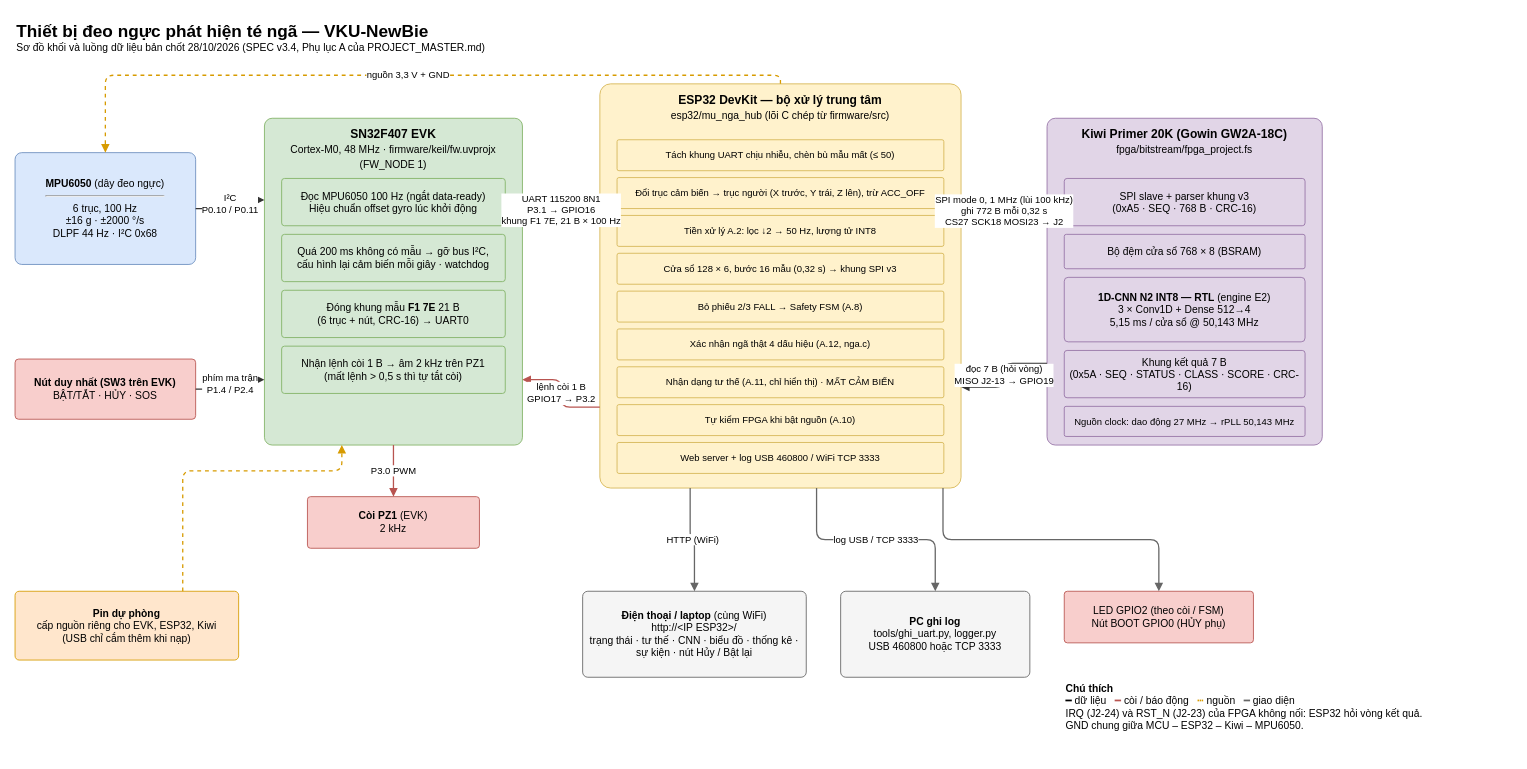
Earlier version of the draw.io diagram page "1. Tổng quan hệ thống" (1 of 8) of docs/so_do_he_thong.drawio (danhle396/fpga2026gowin). Source tidied: cells renumbered, new cells numbered last; positions are measured from the earlier drawing's top-left corner, leaving out a move shared by most shapes. Both pictures are drawn from the tidied source at 86%, with x=0, y=0 at pixel (15, 15).
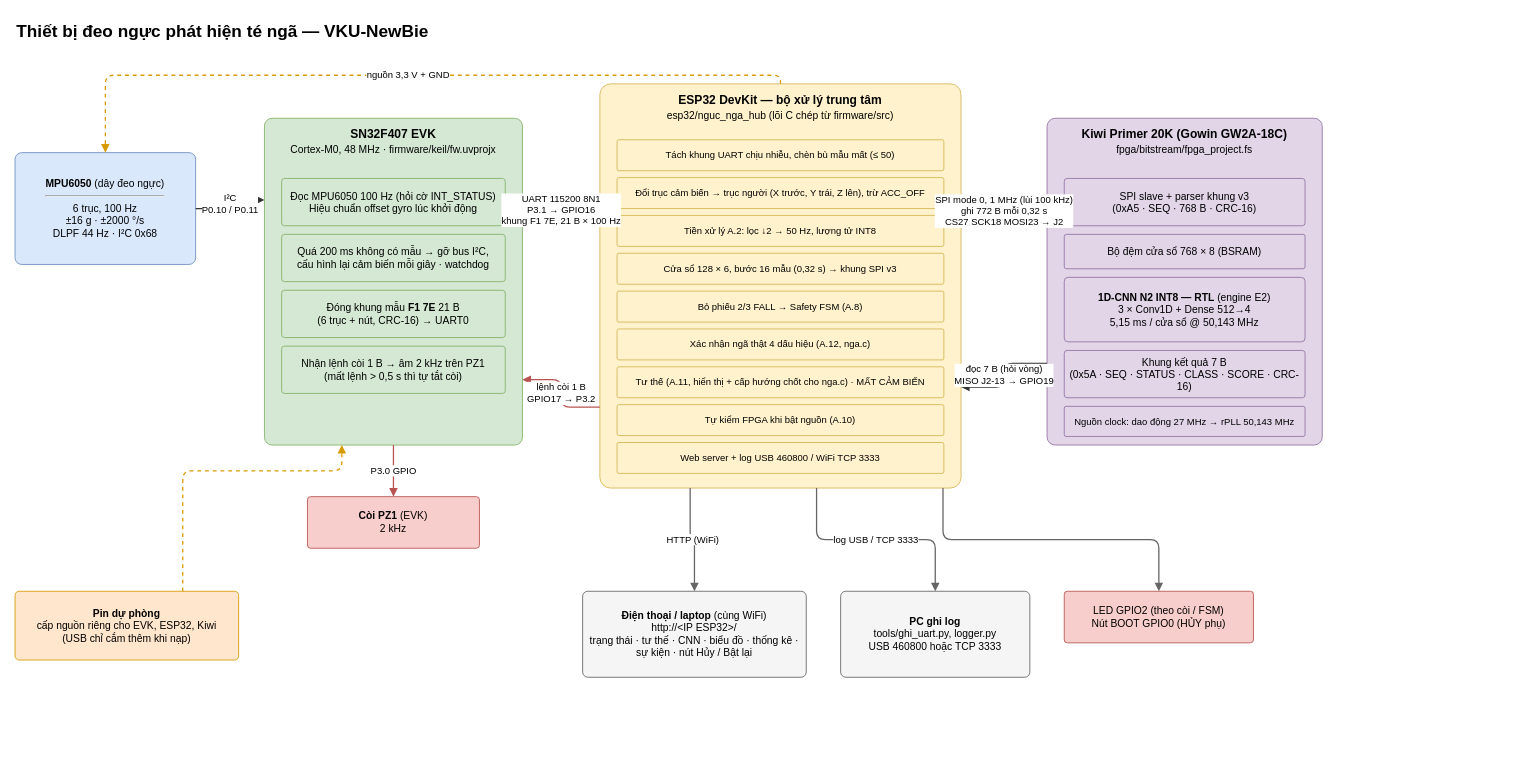
The same diagram, later.

The change refers to these unchanged cells:
```xml
<mxCell id="10" value="&lt;b&gt;Còi PZ1&lt;/b&gt; (EVK)&lt;br&gt;2 kHz" style="rounded=1;whiteSpace=wrap;html=1;arcSize=6;fillColor=#f8cecc;strokeColor=#b85450;verticalAlign=middle;align=center;spacing=6;fontSize=12;" parent="1" vertex="1">
  <mxGeometry x="340" y="560" width="200" height="60" as="geometry" />
</mxCell>
```

Diff of the diagram source:
```diff
@@
-    <mxCell id="2" value="&lt;b style='font-size:20px'&gt;Thiết bị đeo ngực phát hiện té ngã — VKU-NewBie&lt;/b&gt;&lt;br&gt;Sơ đồ khối và luồng dữ liệu bản chốt 28/10/2026 (SPEC v3.4, Phụ lục A của PROJECT_MASTER.md)" style="text;html=1;whiteSpace=wrap;align=left;verticalAlign=top;fontSize=12;" parent="1" vertex="1">
+    <mxCell id="2" value="&lt;b style=&quot;font-size:20px&quot;&gt;Thiết bị đeo ngực phát hiện té ngã — VKU-NewBie&lt;/b&gt;&lt;div&gt;&lt;br/&gt;&lt;/div&gt;" style="text;html=1;whiteSpace=wrap;align=left;verticalAlign=top;fontSize=12;" parent="1" vertex="1">
       <mxGeometry width="1200" height="60" as="geometry" />
     </mxCell>
@@
-    <mxCell id="4" value="&lt;b&gt;Nút duy nhất (SW3 trên EVK)&lt;/b&gt;&lt;br&gt;BẬT/TẮT · HỦY · SOS" style="rounded=1;whiteSpace=wrap;html=1;arcSize=6;fillColor=#f8cecc;strokeColor=#b85450;verticalAlign=middle;align=center;spacing=6;fontSize=12;" parent="1" vertex="1">
-      <mxGeometry y="400" width="210" height="70" as="geometry" />
-    </mxCell>
-    <mxCell id="5" value="SN32F407 EVK&lt;br&gt;&lt;span style='font-weight:normal;font-size:12px'&gt;Cortex-M0, 48 MHz · firmware/keil/fw.uvprojx (FW_NODE 1)&lt;/span&gt;" style="rounded=1;whiteSpace=wrap;html=1;arcSize=6;fillColor=#d5e8d4;strokeColor=#82b366;verticalAlign=middle;align=center;spacing=6;fontSize=12;verticalAlign=top;align=center;fontStyle=1;fontSize=14;arcSize=3;" parent="1" vertex="1">
+    <mxCell id="5" value="SN32F407 EVK&lt;br&gt;&lt;span style='font-weight:normal;font-size:12px'&gt;Cortex-M0, 48 MHz · firmware/keil/fw.uvprojx&lt;/span&gt;" style="rounded=1;whiteSpace=wrap;html=1;arcSize=6;fillColor=#d5e8d4;strokeColor=#82b366;verticalAlign=middle;align=center;spacing=6;fontSize=12;verticalAlign=top;align=center;fontStyle=1;fontSize=14;arcSize=3;" parent="1" vertex="1">
       <mxGeometry x="290" y="120" width="300" height="380" as="geometry" />
     </mxCell>
-    <mxCell id="6" value="Đọc MPU6050 100 Hz (ngắt data-ready)&lt;br&gt;Hiệu chuẩn offset gyro lúc khởi động" style="rounded=1;whiteSpace=wrap;html=1;arcSize=6;fillColor=#d5e8d4;strokeColor=#82b366;verticalAlign=middle;align=center;spacing=6;fontSize=12;" parent="1" vertex="1">
+    <mxCell id="6" value="Đọc MPU6050 100 Hz (hỏi cờ INT_STATUS)&lt;br&gt;Hiệu chuẩn offset gyro lúc khởi động" style="rounded=1;whiteSpace=wrap;html=1;arcSize=6;fillColor=#d5e8d4;strokeColor=#82b366;verticalAlign=middle;align=center;spacing=6;fontSize=12;" parent="1" vertex="1">
       <mxGeometry x="310" y="190" width="260" height="55" as="geometry" />
     </mxCell>
@@
-    <mxCell id="11" value="ESP32 DevKit — bộ xử lý trung tâm&lt;br&gt;&lt;span style='font-weight:normal;font-size:12px'&gt;esp32/mu_nga_hub (lõi C chép từ firmware/src)&lt;/span&gt;" style="rounded=1;whiteSpace=wrap;html=1;arcSize=6;fillColor=#fff2cc;strokeColor=#d6b656;verticalAlign=middle;align=center;spacing=6;fontSize=12;verticalAlign=top;align=center;fontStyle=1;fontSize=14;arcSize=3;" parent="1" vertex="1">
+    <mxCell id="11" value="ESP32 DevKit — bộ xử lý trung tâm&lt;br&gt;&lt;span style='font-weight:normal;font-size:12px'&gt;esp32/nguc_nga_hub (lõi C chép từ firmware/src)&lt;/span&gt;" style="rounded=1;whiteSpace=wrap;html=1;arcSize=6;fillColor=#fff2cc;strokeColor=#d6b656;verticalAlign=middle;align=center;spacing=6;fontSize=12;verticalAlign=top;align=center;fontStyle=1;fontSize=14;arcSize=3;" parent="1" vertex="1">
       <mxGeometry x="680" y="80" width="420" height="470" as="geometry" />
     </mxCell>
@@
-    <mxCell id="18" value="Nhận dạng tư thế (A.11, chỉ hiển thị) · MẤT CẢM BIẾN" style="rounded=1;whiteSpace=wrap;html=1;arcSize=6;fillColor=#fff2cc;strokeColor=#d6b656;verticalAlign=middle;align=center;spacing=6;fontSize=12;fontSize=11;" parent="1" vertex="1">
+    <mxCell id="18" value="Tư thế (A.11, hiển thị + cấp hướng chốt cho nga.c) · MẤT CẢM BIẾN" style="rounded=1;whiteSpace=wrap;html=1;arcSize=6;fillColor=#fff2cc;strokeColor=#d6b656;verticalAlign=middle;align=center;spacing=6;fontSize=12;fontSize=11;" parent="1" vertex="1">
       <mxGeometry x="700" y="409" width="380" height="36" as="geometry" />
     </mxCell>
@@
-    <mxCell id="32" value="phím ma trận&lt;br&gt;P1.4 / P2.4" style="edgeStyle=orthogonalEdgeStyle;rounded=1;html=1;endArrow=block;endFill=1;strokeColor=#333333;strokeWidth=1.5;fontSize=11;labelBackgroundColor=#ffffff;exitX=1;exitY=0.5;entryX=0;entryY=0.8;" parent="1" edge="1" source="4" target="5">
-      <mxGeometry relative="1" as="geometry" />
-    </mxCell>
@@
-    <mxCell id="35" value="P3.0 PWM" style="edgeStyle=orthogonalEdgeStyle;rounded=1;html=1;endArrow=block;endFill=1;strokeColor=#b85450;strokeWidth=1.5;fontSize=11;labelBackgroundColor=#ffffff;exitX=0.5;exitY=1;entryX=0.5;entryY=0;" parent="1" edge="1" source="5" target="10">
+    <mxCell id="35" value="P3.0 GPIO" style="edgeStyle=orthogonalEdgeStyle;rounded=1;html=1;endArrow=block;endFill=1;strokeColor=#b85450;strokeWidth=1.5;fontSize=11;labelBackgroundColor=#ffffff;exitX=0.5;exitY=1;entryX=0.5;entryY=0;" parent="1" edge="1" source="5" target="10">
       <mxGeometry relative="1" as="geometry" />
     </mxCell>
@@
-    <mxCell id="43" value="&lt;b&gt;Chú thích&lt;/b&gt;&lt;br&gt;━ dữ liệu &amp;nbsp; &lt;font color='#b85450'&gt;━&lt;/font&gt; còi / báo động &amp;nbsp; &lt;font color='#d79b00'&gt;┅&lt;/font&gt; nguồn &amp;nbsp; &lt;font color='#666666'&gt;━&lt;/font&gt; giao diện&lt;br&gt;IRQ (J2-24) và RST_N (J2-23) của FPGA không nối: ESP32 hỏi vòng kết quả.&lt;br&gt;GND chung giữa MCU – ESP32 – Kiwi – MPU6050." style="text;html=1;whiteSpace=wrap;align=left;verticalAlign=top;fontSize=12;" parent="1" vertex="1">
-      <mxGeometry x="1220" y="770" width="520" height="90" as="geometry" />
-    </mxCell>
```
